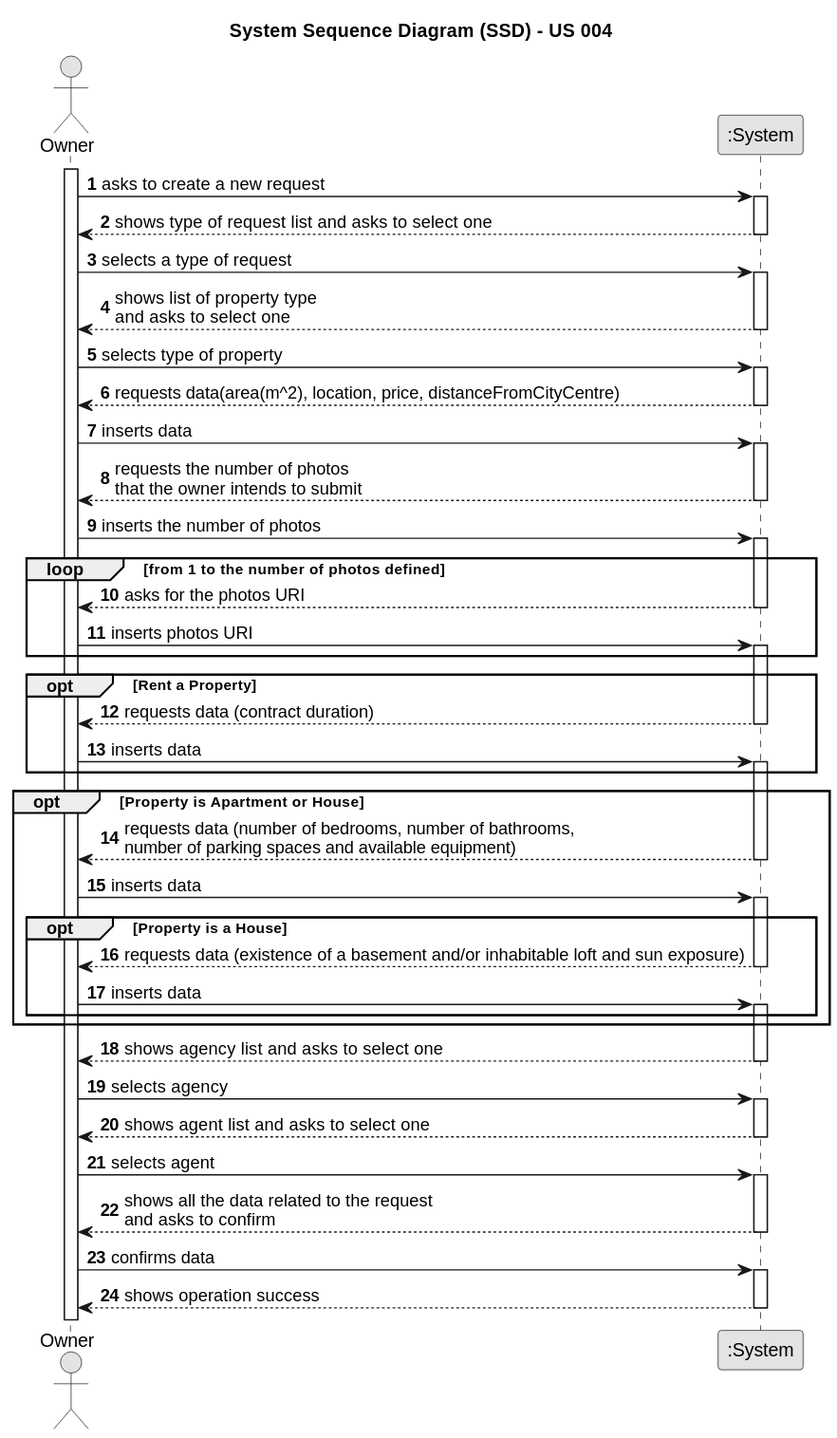
The PlantUML diagram docs/sprintC/us004/01.requirements-engineering/svg/us004-system-sequence-diagram.svg in 1220812/LAPR2, before a commit.
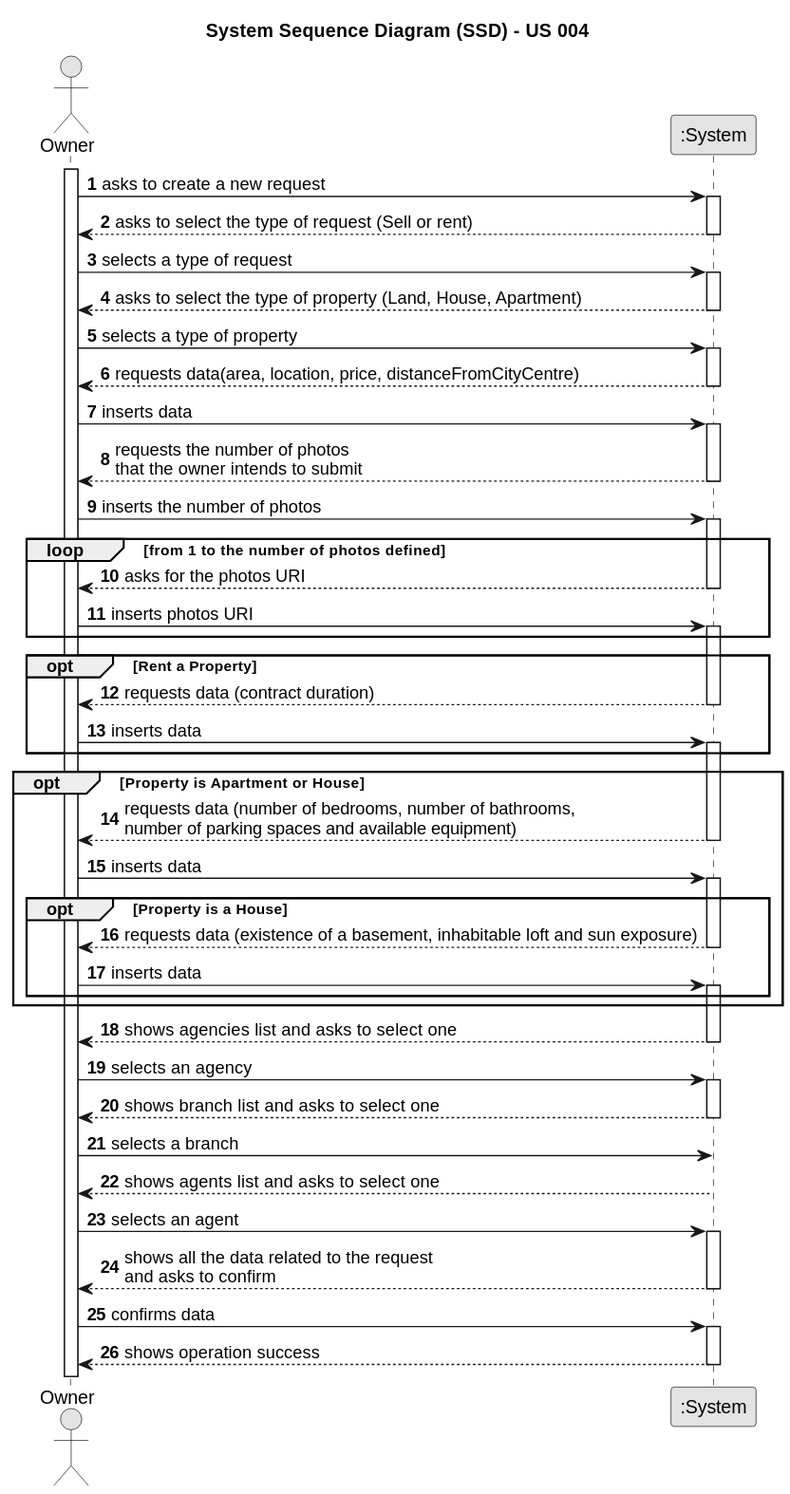
After the change.

The edit, as a diff of the source:
```diff
@@ -13,29 +13,34 @@
 activate Owner
 
     Owner -> System : asks to create a new request
+
     activate System
 
-        System --> Owner : shows type of request list and asks to select one
+    System --> Owner : asks to select the type of request (Sell or rent)
+
     deactivate System
 
     Owner -> System : selects a type of request
+
     activate System
 
-        System --> Owner : shows list of property type \nand asks to select one
+    System --> Owner : asks to select the type of property (Land, House, Apartment)
+
     deactivate System
 
-    Owner -> System : selects type of property
+    Owner -> System : selects a type of property
+
     activate System
 
+    System --> Owner : requests data(area, location, price, distanceFromCityCentre)
 
-        System --> Owner : requests data(area(m^2), location, price, distanceFromCityCentre)
     deactivate System
 
     Owner -> System : inserts data
 
-        activate System
+    activate System
 
-        System --> Owner : requests the number of photos \nthat the owner intends to submit
+    System --> Owner : requests the number of photos \nthat the owner intends to submit
 
     deactivate System
 
@@ -46,8 +51,11 @@
     loop from 1 to the number of photos defined
 
     System --> Owner : asks for the photos URI
+
     deactivate System
+
     Owner -> System : inserts photos URI
+
     activate System
 
     end
@@ -66,34 +74,48 @@
 
     opt Property is Apartment or House
 
-        System --> Owner : requests data (number of bedrooms, number of bathrooms, \nnumber of parking spaces and available equipment)
-        deactivate System
+    System --> Owner : requests data (number of bedrooms, number of bathrooms, \nnumber of parking spaces and available equipment)
+
+    deactivate System
 
     Owner -> System : inserts data
+
     activate System
 
     opt Property is a House
 
-         System --> Owner : requests data (existence of a basement and/or inhabitable loft and sun exposure)
+    System --> Owner : requests data (existence of a basement, inhabitable loft and sun exposure)
+
     deactivate System
 
     Owner -> System : inserts data
+
     activate System
 
     end
 
     end
 
-    System --> Owner : shows agency list and asks to select one
+    System --> Owner : shows agencies list and asks to select one
+
     deactivate System
 
-    Owner -> System : selects agency
+    Owner -> System : selects an agency
+
     activate System
 
-    System --> Owner : shows agent list and asks to select one
+    System --> Owner : shows branch list and asks to select one
+
     deactivate System
 
-    Owner -> System : selects agent
+    Owner -> System : selects a branch
+
+    System --> Owner : shows agents list and asks to select one
+
+    deactivate System
+
+    Owner -> System : selects an agent
+
     activate System
 
     System --> Owner : shows all the data related to the request \nand asks to confirm
@@ -101,8 +123,10 @@
     deactivate System
 
     Owner -> System : confirms data
+
     activate System
 
-            System --> Owner : shows operation success
+    System --> Owner : shows operation success
+
     deactivate System
 @enduml
```
